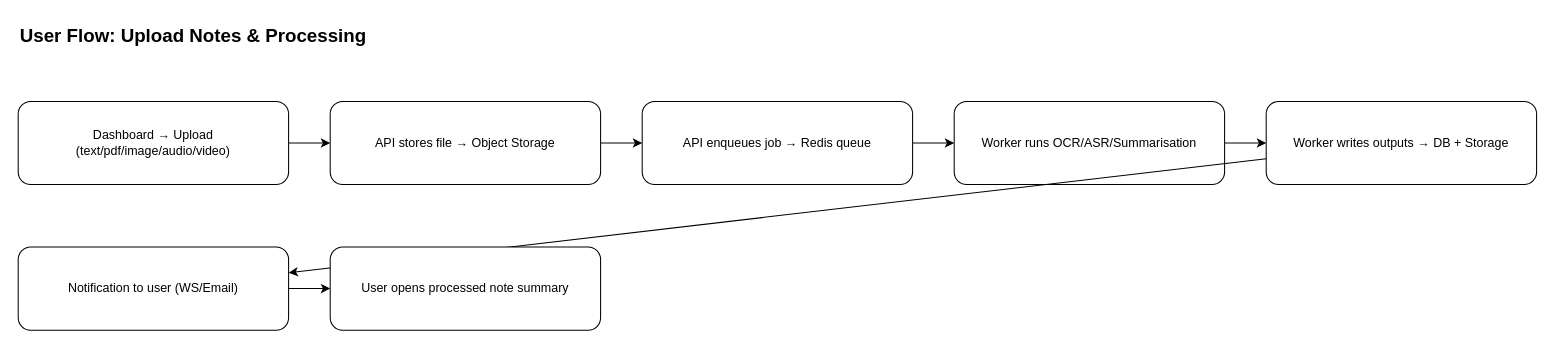
The draw.io diagram Diagrams/User Flow Prototype/Flow_Upload_Processing.drawio in yuriiSY/Study-Buddy, before the edit. Source tidied: cells renumbered, new cells numbered last; positions are measured from the earlier drawing's top-left corner, leaving out a move shared by most shapes. Both pictures are drawn from the tidied source at 104%, with x=0, y=0 at pixel (18, 18).
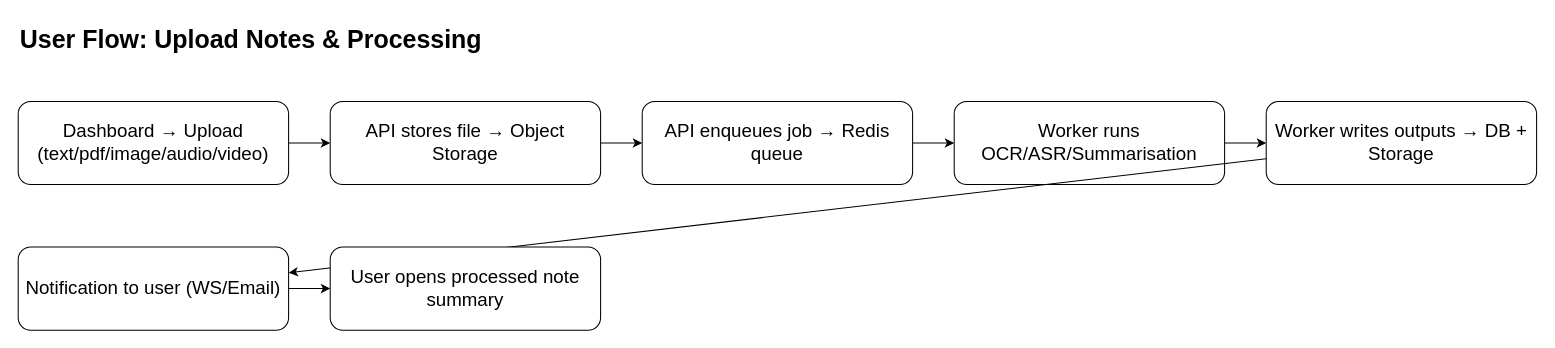
The same page after the edit.

Diff of the diagram source:
```diff
@@
 <mxGraphModel>
   <root>
     <mxCell id="0" />
     <mxCell id="1" parent="0" />
-    <mxCell id="2" value="User Flow: Upload Notes &amp; Processing" style="text;whiteSpace=wrap;html=1;fontStyle=1;fontSize=18;" parent="1" vertex="1">
+    <mxCell id="2" value="&lt;font style=&quot;font-size: 24px;&quot;&gt;User Flow: Upload Notes &amp;amp; Processing&lt;/font&gt;" style="text;whiteSpace=wrap;html=1;fontStyle=1;fontSize=18;" parent="1" vertex="1">
       <mxGeometry width="800" height="40" as="geometry" />
     </mxCell>
-    <mxCell id="3" value="Dashboard → Upload (text/pdf/image/audio/video)" style="rounded=1;whiteSpace=wrap;html=1;" parent="1" vertex="1">
+    <mxCell id="3" value="&lt;font style=&quot;font-size: 18px;&quot;&gt;Dashboard → Upload (text/pdf/image/audio/video)&lt;/font&gt;" style="rounded=1;whiteSpace=wrap;html=1;" parent="1" vertex="1">
       <mxGeometry y="80" width="260" height="80" as="geometry" />
     </mxCell>
-    <mxCell id="4" value="API stores file → Object Storage" style="rounded=1;whiteSpace=wrap;html=1;" parent="1" vertex="1">
+    <mxCell id="4" value="&lt;font style=&quot;font-size: 18px;&quot;&gt;API stores file → Object Storage&lt;/font&gt;" style="rounded=1;whiteSpace=wrap;html=1;" parent="1" vertex="1">
       <mxGeometry x="300" y="80" width="260" height="80" as="geometry" />
     </mxCell>
     <mxCell id="5" style="endArrow=classic;" parent="1" edge="1" source="3" target="4">
       <mxGeometry relative="1" as="geometry" />
     </mxCell>
-    <mxCell id="6" value="API enqueues job → Redis queue" style="rounded=1;whiteSpace=wrap;html=1;" parent="1" vertex="1">
+    <mxCell id="6" value="&lt;font style=&quot;font-size: 18px;&quot;&gt;API enqueues job → Redis queue&lt;/font&gt;" style="rounded=1;whiteSpace=wrap;html=1;" parent="1" vertex="1">
       <mxGeometry x="600" y="80" width="260" height="80" as="geometry" />
     </mxCell>
     <mxCell id="7" style="endArrow=classic;" parent="1" edge="1" source="4" target="6">
       <mxGeometry relative="1" as="geometry" />
     </mxCell>
-    <mxCell id="8" value="Worker runs OCR/ASR/Summarisation" style="rounded=1;whiteSpace=wrap;html=1;" parent="1" vertex="1">
+    <mxCell id="8" value="&lt;font style=&quot;font-size: 18px;&quot;&gt;Worker runs OCR/ASR/Summarisation&lt;/font&gt;" style="rounded=1;whiteSpace=wrap;html=1;" parent="1" vertex="1">
       <mxGeometry x="900" y="80" width="260" height="80" as="geometry" />
     </mxCell>
     <mxCell id="9" style="endArrow=classic;" parent="1" edge="1" source="6" target="8">
       <mxGeometry relative="1" as="geometry" />
     </mxCell>
-    <mxCell id="10" value="Worker writes outputs → DB + Storage" style="rounded=1;whiteSpace=wrap;html=1;" parent="1" vertex="1">
+    <mxCell id="10" value="&lt;font style=&quot;font-size: 18px;&quot;&gt;Worker writes outputs → DB + Storage&lt;/font&gt;" style="rounded=1;whiteSpace=wrap;html=1;" parent="1" vertex="1">
       <mxGeometry x="1200" y="80" width="260" height="80" as="geometry" />
     </mxCell>
     <mxCell id="11" style="endArrow=classic;" parent="1" edge="1" source="8" target="10">
       <mxGeometry relative="1" as="geometry" />
     </mxCell>
-    <mxCell id="12" value="Notification to user (WS/Email)" style="rounded=1;whiteSpace=wrap;html=1;" parent="1" vertex="1">
+    <mxCell id="12" value="&lt;font style=&quot;font-size: 18px;&quot;&gt;Notification to user (WS/Email)&lt;/font&gt;" style="rounded=1;whiteSpace=wrap;html=1;" parent="1" vertex="1">
       <mxGeometry y="220" width="260" height="80" as="geometry" />
     </mxCell>
     <mxCell id="13" style="endArrow=classic;" parent="1" edge="1" source="10" target="12">
       <mxGeometry relative="1" as="geometry" />
     </mxCell>
-    <mxCell id="14" value="User opens processed note summary" style="rounded=1;whiteSpace=wrap;html=1;" parent="1" vertex="1">
+    <mxCell id="14" value="&lt;font style=&quot;font-size: 18px;&quot;&gt;User opens processed note summary&lt;/font&gt;" style="rounded=1;whiteSpace=wrap;html=1;" parent="1" vertex="1">
       <mxGeometry x="300" y="220" width="260" height="80" as="geometry" />
     </mxCell>
     <mxCell id="15" style="endArrow=classic;" parent="1" edge="1" source="12" target="14">
       <mxGeometry relative="1" as="geometry" />
     </mxCell>
   </root>
 </mxGraphModel>
```
